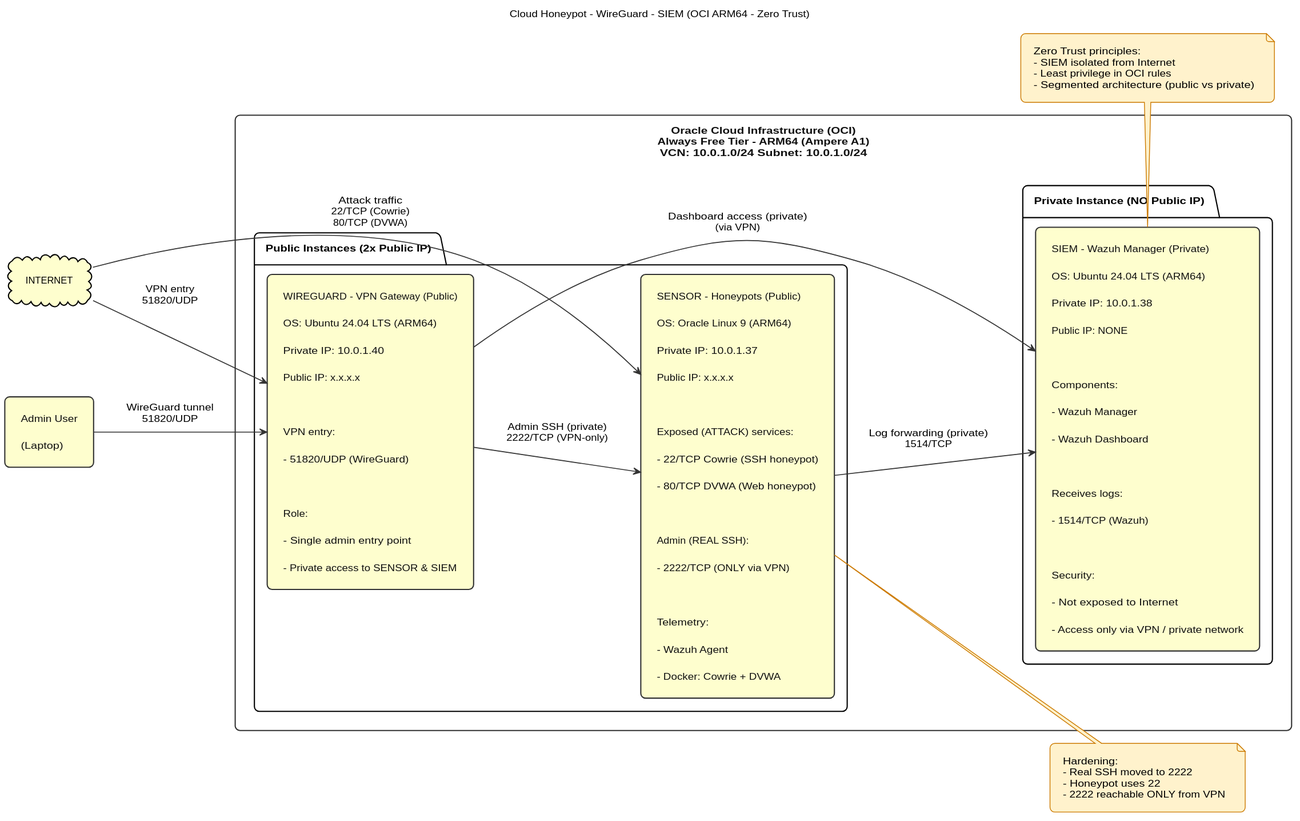
Above: diagrams/topologia.svg in Daizfer/honeypot-oraclecloud-siem (PlantUML), before the change.
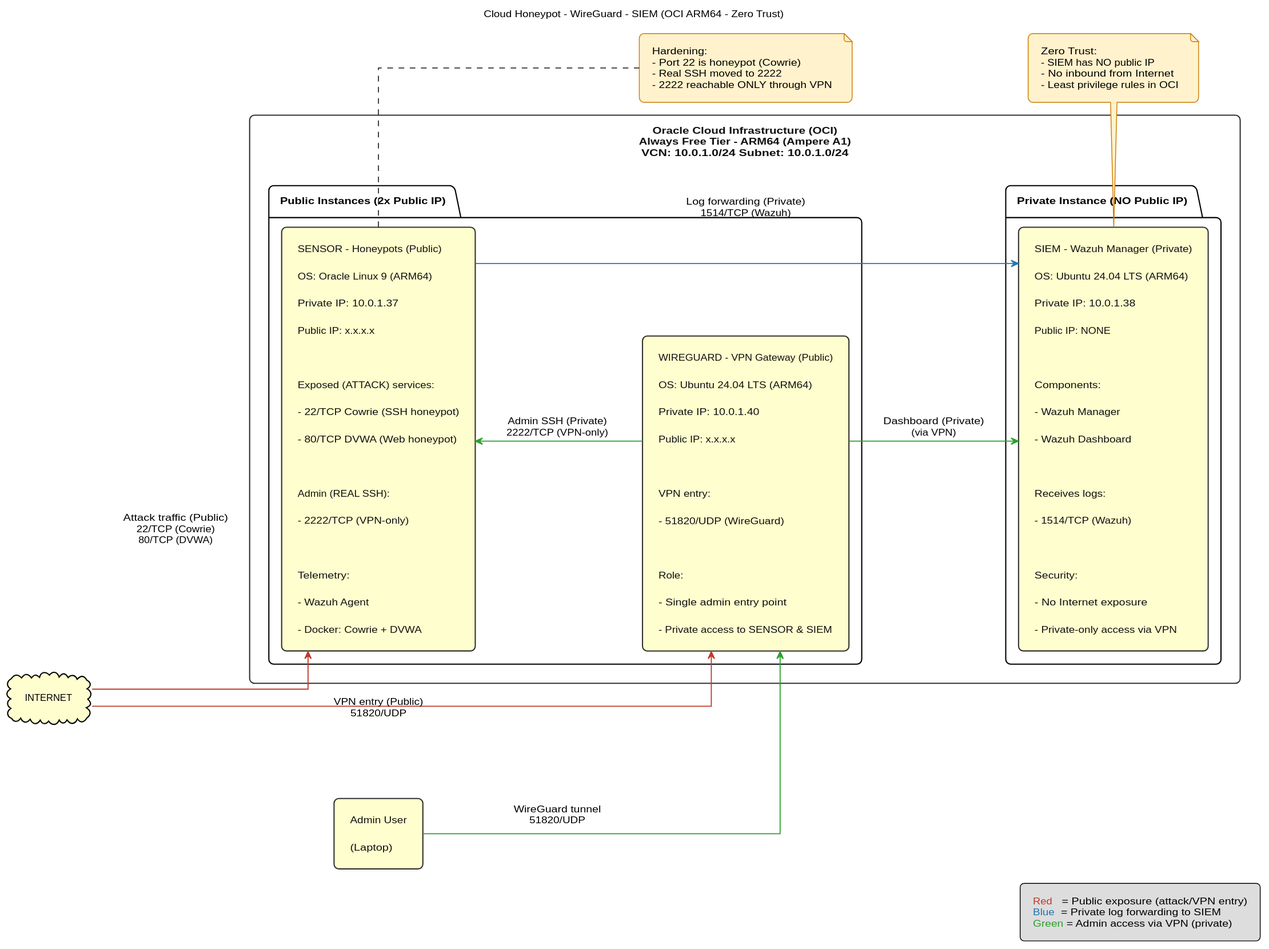
Above is the later version.

Commit message:
Auto-render PlantUML diagrams

Change to the diagram source:
```diff
@@ -6,12 +6,18 @@
 skinparam Padding 10
 skinparam RectanglePadding 14
 skinparam roundCorner 12
-skinparam ArrowThickness 1.2
+
+skinparam ArrowThickness 1.3
 skinparam ArrowColor #333333
 skinparam RectangleBorderColor #333333
 skinparam RectangleFontColor #111111
+
 skinparam NoteBorderColor #CC7A00
 skinparam NoteBackgroundColor #FFF2CC
+
+skinparam linetype ortho
+skinparam nodesep 45
+skinparam ranksep 55
 
 left to right direction
 title Cloud Honeypot - WireGuard - SIEM (OCI ARM64 - Zero Trust)
@@ -23,37 +29,48 @@
 
   package "Public Instances (2x Public IP)" as PUB {
 
-    rectangle "SENSOR - Honeypots (Public)\nOS: Oracle Linux 9 (ARM64)\nPrivate IP: 10.0.1.37\nPublic IP: x.x.x.x\n\nExposed (ATTACK) services:\n- 22/TCP  Cowrie (SSH honeypot)\n- 80/TCP  DVWA (Web honeypot)\n\nAdmin (REAL SSH):\n- 2222/TCP  (ONLY via VPN)\n\nTelemetry:\n- Wazuh Agent\n- Docker: Cowrie + DVWA" as SENSOR
+    rectangle "SENSOR - Honeypots (Public)\nOS: Oracle Linux 9 (ARM64)\nPrivate IP: 10.0.1.37\nPublic IP: x.x.x.x\n\nExposed (ATTACK) services:\n- 22/TCP  Cowrie (SSH honeypot)\n- 80/TCP  DVWA (Web honeypot)\n\nAdmin (REAL SSH):\n- 2222/TCP  (VPN-only)\n\nTelemetry:\n- Wazuh Agent\n- Docker: Cowrie + DVWA" as SENSOR
 
     rectangle "WIREGUARD - VPN Gateway (Public)\nOS: Ubuntu 24.04 LTS (ARM64)\nPrivate IP: 10.0.1.40\nPublic IP: x.x.x.x\n\nVPN entry:\n- 51820/UDP (WireGuard)\n\nRole:\n- Single admin entry point\n- Private access to SENSOR & SIEM" as WG
+
+    SENSOR -[hidden]-> WG
   }
 
   package "Private Instance (NO Public IP)" as PRIV {
-    rectangle "SIEM - Wazuh Manager (Private)\nOS: Ubuntu 24.04 LTS (ARM64)\nPrivate IP: 10.0.1.38\nPublic IP: NONE\n\nComponents:\n- Wazuh Manager\n- Wazuh Dashboard\n\nReceives logs:\n- 1514/TCP (Wazuh)\n\nSecurity:\n- Not exposed to Internet\n- Access only via VPN / private network" as SIEM
+    rectangle "SIEM - Wazuh Manager (Private)\nOS: Ubuntu 24.04 LTS (ARM64)\nPrivate IP: 10.0.1.38\nPublic IP: NONE\n\nComponents:\n- Wazuh Manager\n- Wazuh Dashboard\n\nReceives logs:\n- 1514/TCP (Wazuh)\n\nSecurity:\n- No Internet exposure\n- Private-only access via VPN" as SIEM
   }
+
+  WG -[hidden]-> SIEM
+  SENSOR -[hidden]-> SIEM
 }
 
-NET --> SENSOR : Attack traffic\n22/TCP (Cowrie)\n80/TCP (DVWA)
-NET --> WG : VPN entry\n51820/UDP
+NET -[#C0392B]-> SENSOR : Attack traffic (Public)\n22/TCP (Cowrie)\n80/TCP (DVWA)
+NET -[#C0392B]-> WG     : VPN entry (Public)\n51820/UDP
 
-SENSOR --> SIEM : Log forwarding (private)\n1514/TCP
+SENSOR -[#1F77B4]-> SIEM : Log forwarding (Private)\n1514/TCP (Wazuh)
 
-ADMIN --> WG : WireGuard tunnel\n51820/UDP
-WG --> SENSOR : Admin SSH (private)\n2222/TCP (VPN-only)
-WG --> SIEM : Dashboard access (private)\n(via VPN)
+ADMIN -[#2CA02C]-> WG     : WireGuard tunnel\n51820/UDP
+WG    -[#2CA02C]-> SENSOR : Admin SSH (Private)\n2222/TCP (VPN-only)
+WG    -[#2CA02C]-> SIEM   : Dashboard (Private)\n(via VPN)
 
 note right of SENSOR
 Hardening:
+- Port 22 is honeypot (Cowrie)
 - Real SSH moved to 2222
-- Honeypot uses 22
-- 2222 reachable ONLY from VPN
+- 2222 reachable ONLY through VPN
 end note
 
 note bottom of SIEM
-Zero Trust principles:
-- SIEM isolated from Internet
-- Least privilege in OCI rules
-- Segmented architecture (public vs private)
+Zero Trust:
+- SIEM has NO public IP
+- No inbound from Internet
+- Least privilege rules in OCI
 end note
 
+legend right
+<color:#C0392B>Red</color>   = Public exposure (attack/VPN entry)
+<color:#1F77B4>Blue</color>  = Private log forwarding to SIEM
+<color:#2CA02C>Green</color> = Admin access via VPN (private)
+endlegend
+
 @enduml
```
